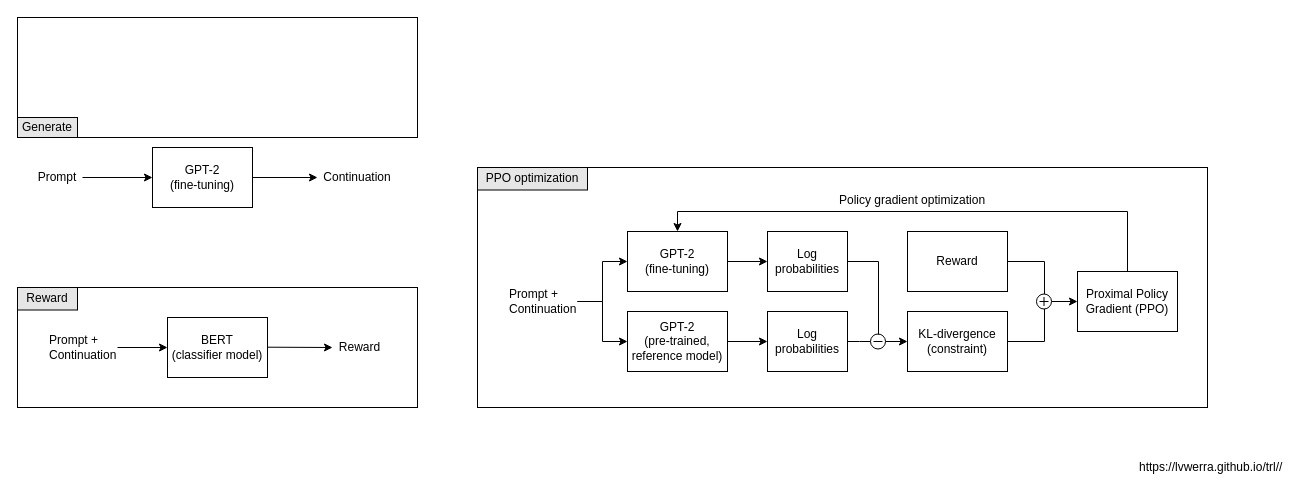
Above: resources/diagram/tapt2.drawio in chrisliu298/tapt (draw.io), before the change. Source tidied: cells renumbered, new cells numbered last; positions are measured from the earlier drawing's top-left corner, leaving out a move shared by most shapes. Both pictures are drawn from the tidied source at 100%, with x=0, y=0 at pixel (17, 17).
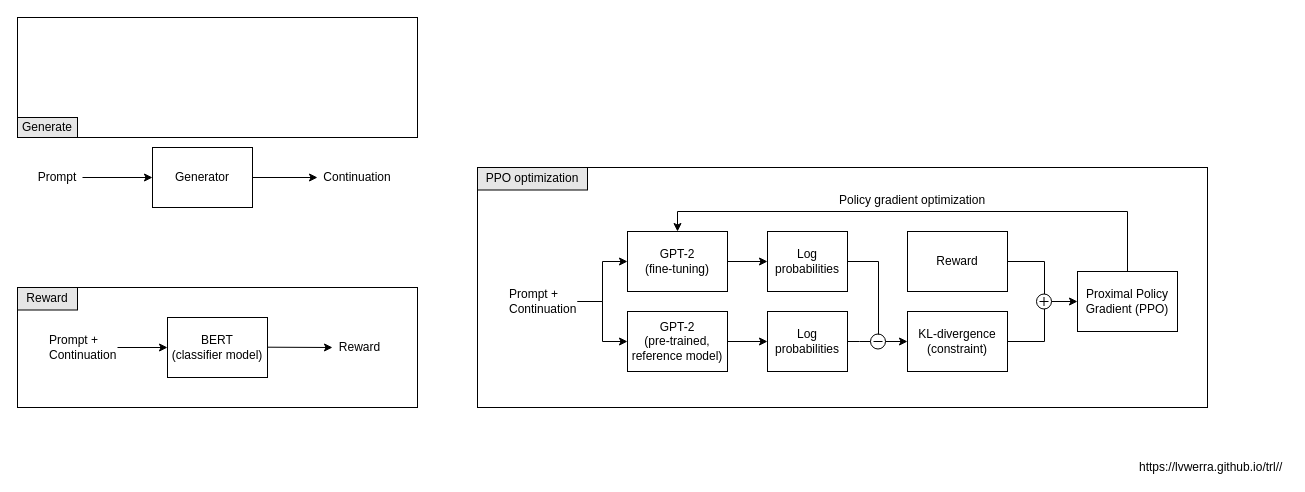
Above is the later version.

What changed in the source:
```diff
@@
-    <mxCell id="2" value="GPT-2&lt;br&gt;(fine-tuning)" style="rounded=0;whiteSpace=wrap;html=1;fillColor=none;" parent="1" vertex="1">
+    <mxCell id="2" value="Generator" style="rounded=0;whiteSpace=wrap;html=1;fillColor=none;" parent="1" vertex="1">
       <mxGeometry x="135" y="130" width="100" height="60" as="geometry" />
     </mxCell>
```
